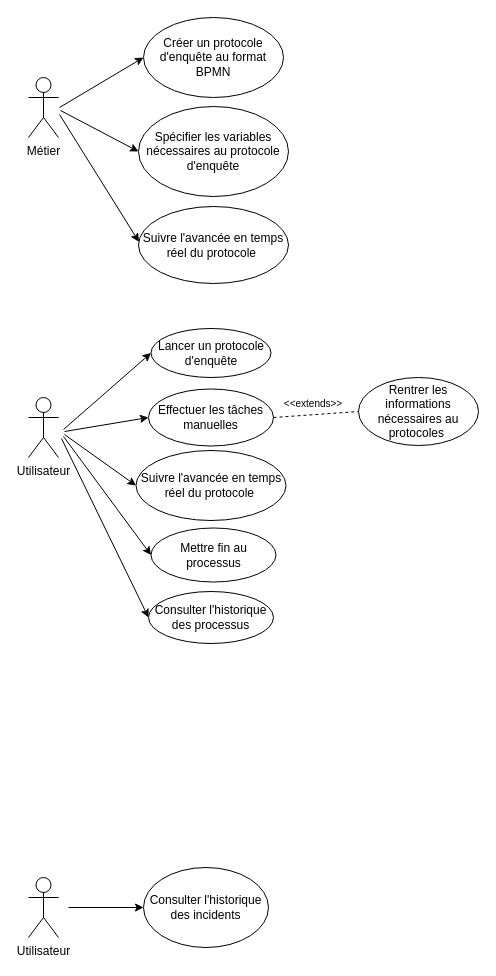
MailineN/CrabeColemanAnnuaireDiagrams keeps this draw.io diagram as Untitled Diagram.drawio. Above is the earlier version. Source tidied: cells renumbered, new cells numbered last; positions are measured from the earlier drawing's top-left corner, leaving out a move shared by most shapes. Both pictures are drawn from the tidied source at 100%, with x=0, y=0 at pixel (28, 17).
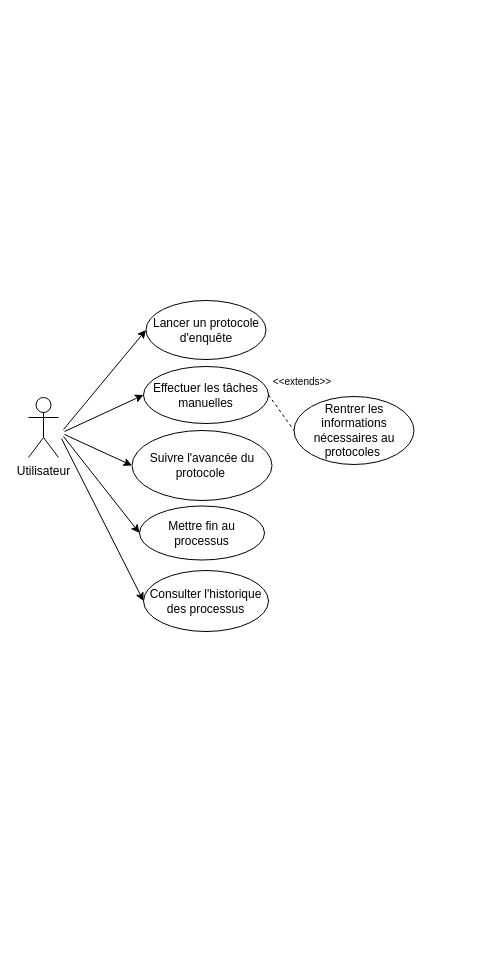
The same page after the edit.

Diff of the diagram source:
```diff
@@
-    <mxCell id="2" value="Métier" style="shape=umlActor;verticalLabelPosition=bottom;verticalAlign=top;html=1;" parent="1" vertex="1">
-      <mxGeometry y="60" width="30" height="60" as="geometry" />
-    </mxCell>
-    <mxCell id="3" value="Créer un protocole d'enquête au format BPMN" style="ellipse;whiteSpace=wrap;html=1;" parent="1" vertex="1">
-      <mxGeometry x="115" width="140" height="80" as="geometry" />
-    </mxCell>
-    <mxCell id="4" value="Spécifier les variables nécessaires au protocole d'enquête" style="ellipse;whiteSpace=wrap;html=1;" parent="1" vertex="1">
-      <mxGeometry x="110" y="89" width="150" height="90" as="geometry" />
-    </mxCell>
-    <mxCell id="5" style="endArrow=classic;html=1;rounded=0;entryX=0;entryY=0.5;entryDx=0;entryDy=0;" parent="1" edge="1" target="3">
-      <mxGeometry relative="1" as="geometry">
-        <mxPoint x="31" y="90" as="sourcePoint" />
-      </mxGeometry>
-    </mxCell>
-    <mxCell id="6" style="endArrow=classic;html=1;rounded=0;entryX=0;entryY=0.5;entryDx=0;entryDy=0;" parent="1" edge="1" target="4">
-      <mxGeometry relative="1" as="geometry">
-        <mxPoint x="32" y="93" as="sourcePoint" />
-      </mxGeometry>
-    </mxCell>
@@
     <mxCell id="8" value="Lancer un protocole d'enquête" style="ellipse;whiteSpace=wrap;html=1;" parent="1" vertex="1">
-      <mxGeometry x="122.5" y="311" width="120" height="49" as="geometry" />
+      <mxGeometry x="117.5" y="283" width="120" height="59" as="geometry" />
     </mxCell>
     <mxCell id="9" value="Rentrer les informations nécessaires au protocoles&amp;nbsp;" style="ellipse;whiteSpace=wrap;html=1;" parent="1" vertex="1">
-      <mxGeometry x="330" y="360" width="120" height="68" as="geometry" />
+      <mxGeometry x="265.5" y="379" width="120" height="68" as="geometry" />
     </mxCell>
-    <mxCell id="10" value="Suivre l'avancée en temps réel du protocole&amp;nbsp;" style="ellipse;whiteSpace=wrap;html=1;" parent="1" vertex="1">
-      <mxGeometry x="107.5" y="433" width="150" height="70" as="geometry" />
+    <mxCell id="10" value="Suivre l'avancée du protocole&amp;nbsp;" style="ellipse;whiteSpace=wrap;html=1;" parent="1" vertex="1">
+      <mxGeometry x="103.5" y="413" width="140" height="70" as="geometry" />
     </mxCell>
     <mxCell id="11" value="Effectuer les tâches manuelles" style="ellipse;whiteSpace=wrap;html=1;" parent="1" vertex="1">
-      <mxGeometry x="120" y="371.5" width="125" height="57" as="geometry" />
+      <mxGeometry x="115" y="349" width="125" height="57" as="geometry" />
     </mxCell>
     <mxCell id="12" value="Mettre fin au processus" style="ellipse;whiteSpace=wrap;html=1;" parent="1" vertex="1">
-      <mxGeometry x="122.5" y="510.5" width="125" height="54" as="geometry" />
+      <mxGeometry x="111" y="488.5" width="125" height="54" as="geometry" />
     </mxCell>
     <mxCell id="13" value="Consulter l'historique des processus" style="ellipse;whiteSpace=wrap;html=1;" parent="1" vertex="1">
-      <mxGeometry x="120" y="574" width="125" height="52" as="geometry" />
+      <mxGeometry x="115" y="553" width="125" height="61" as="geometry" />
     </mxCell>
@@
-    <mxCell id="20" value="Utilisateur" style="shape=umlActor;verticalLabelPosition=bottom;verticalAlign=top;html=1;" parent="1" vertex="1">
-      <mxGeometry y="860" width="30" height="60" as="geometry" />
-    </mxCell>
-    <mxCell id="21" value="Consulter l'historique des incidents" style="ellipse;whiteSpace=wrap;html=1;" parent="1" vertex="1">
-      <mxGeometry x="115" y="850" width="125" height="80" as="geometry" />
-    </mxCell>
-    <mxCell id="22" style="endArrow=classic;html=1;rounded=0;entryX=0;entryY=0.5;entryDx=0;entryDy=0;" parent="1" edge="1" target="21">
-      <mxGeometry relative="1" as="geometry">
-        <mxPoint x="40" y="890" as="sourcePoint" />
-      </mxGeometry>
-    </mxCell>
     <mxCell id="23" value="&lt;font style=&quot;font-size: 10px&quot;&gt;&amp;lt;&amp;lt;extends&amp;gt;&amp;gt;&lt;/font&gt;" style="text;html=1;strokeColor=none;fillColor=none;align=center;verticalAlign=middle;whiteSpace=wrap;rounded=0;" parent="1" vertex="1">
-      <mxGeometry x="255" y="371" width="60" height="30" as="geometry" />
+      <mxGeometry x="243.5" y="349" width="60" height="30" as="geometry" />
     </mxCell>
-    <mxCell id="24" value="Suivre l'avancée en temps réel du protocole&amp;nbsp;" style="ellipse;whiteSpace=wrap;html=1;" parent="1" vertex="1">
-      <mxGeometry x="110" y="189" width="150" height="77" as="geometry" />
-    </mxCell>
-    <mxCell id="25" style="endArrow=classic;html=1;rounded=0;entryX=0.003;entryY=0.459;entryDx=0;entryDy=0;entryPerimeter=0;" parent="1" edge="1" target="24">
-      <mxGeometry relative="1" as="geometry">
-        <mxPoint x="31" y="97" as="sourcePoint" />
-      </mxGeometry>
-    </mxCell>
```
